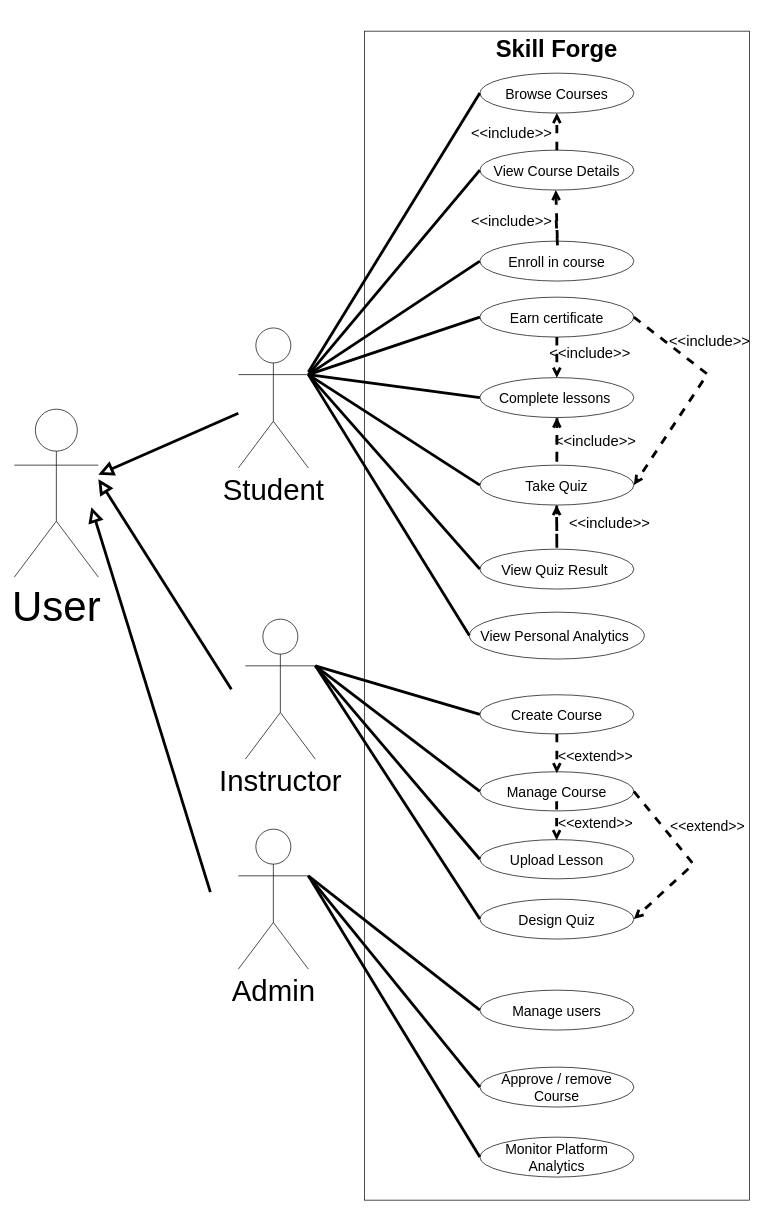
This is lab 6/Source files/SkillForge_UseCase.drawio from Youssufathalla/Programming-2, a draw.io file, before an edit. Source tidied: cells renumbered, new cells numbered last; positions are measured from the earlier drawing's top-left corner, leaving out a move shared by most shapes. Both pictures are drawn from the tidied source at 70%, with x=0, y=0 at pixel (14, 31).
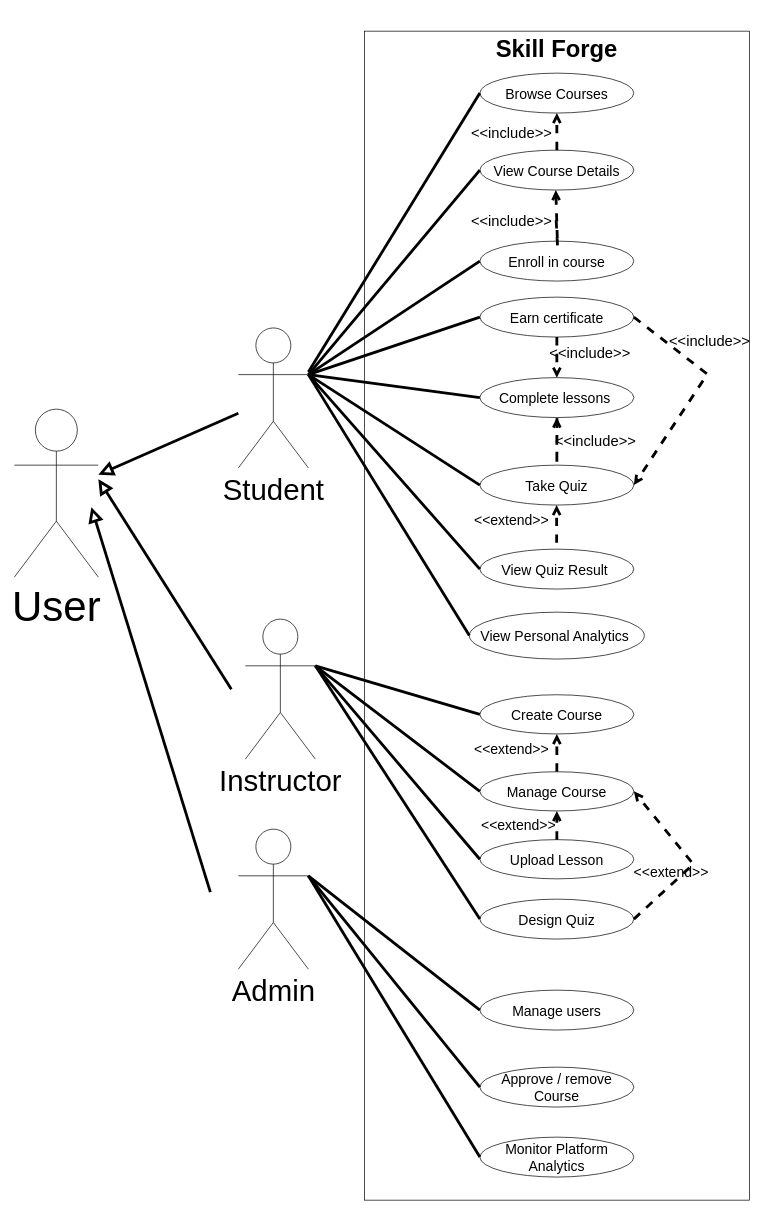
Above is the later version.

Unchanged cells that the change refers to:
```xml
<mxCell id="17" value="Design Quiz" style="ellipse;whiteSpace=wrap;html=1;fontSize=20;" parent="1" vertex="1">
  <mxGeometry x="665" y="1240" width="220" height="57" as="geometry" />
</mxCell>
<mxCell id="18" value="Upload Lesson" style="ellipse;whiteSpace=wrap;html=1;fontSize=20;" parent="1" vertex="1">
  <mxGeometry x="665" y="1155" width="220" height="56" as="geometry" />
</mxCell>
<mxCell id="19" value="Manage Course" style="ellipse;whiteSpace=wrap;html=1;fontSize=20;" parent="1" vertex="1">
  <mxGeometry x="665" y="1058" width="220" height="56" as="geometry" />
</mxCell>
<mxCell id="20" value="Create Course" style="ellipse;whiteSpace=wrap;html=1;fontSize=20;" parent="1" vertex="1">
  <mxGeometry x="665" y="948" width="220" height="56" as="geometry" />
</mxCell>
```

Change to the diagram source:
```diff
@@
-    <mxCell id="31" value="&amp;lt;&amp;lt;include&amp;gt;&amp;gt;" style="html=1;verticalAlign=bottom;labelBackgroundColor=none;endArrow=open;endFill=0;dashed=1;rounded=0;fontSize=21;strokeWidth=4;entryX=0.5;entryY=1;entryDx=0;entryDy=0;" parent="1" edge="1">
-      <mxGeometry x="-0.38" y="75" relative="1" as="geometry">
-        <mxPoint x="774.8" y="678" as="sourcePoint" />
-        <mxPoint x="774.6" y="677" as="targetPoint" />
-        <Array as="points">
-          <mxPoint x="775" y="740" />
-        </Array>
-      </mxGeometry>
-    </mxCell>
-    <mxCell id="32" value="&amp;lt;&amp;lt;extend&amp;gt;&amp;gt;" style="html=1;verticalAlign=bottom;labelBackgroundColor=none;endArrow=open;endFill=0;dashed=1;rounded=0;exitX=0.5;exitY=1;exitDx=0;exitDy=0;fontSize=20;strokeWidth=4;" parent="1" edge="1" source="20">
-      <mxGeometry x="0.64" y="55" relative="1" as="geometry">
-        <mxPoint x="775" y="1060" as="targetPoint" />
-      </mxGeometry>
+    <mxCell id="32" value="&amp;lt;&amp;lt;extend&amp;gt;&amp;gt;" style="html=1;verticalAlign=bottom;labelBackgroundColor=none;endArrow=open;endFill=0;dashed=1;rounded=0;exitX=0.5;exitY=0;exitDx=0;exitDy=0;fontSize=20;strokeWidth=4;entryX=0.5;entryY=1;entryDx=0;entryDy=0;" parent="1" edge="1" source="19" target="20">
+      <mxGeometry x="-0.33" y="65" relative="1" as="geometry" />
     </mxCell>
-    <mxCell id="33" value="&amp;lt;&amp;lt;extend&amp;gt;&amp;gt;" style="html=1;verticalAlign=bottom;labelBackgroundColor=none;endArrow=open;endFill=0;dashed=1;rounded=0;exitX=0.5;exitY=1;exitDx=0;exitDy=0;fontSize=20;strokeWidth=4;" parent="1" edge="1">
-      <mxGeometry x="0.64" y="55" relative="1" as="geometry">
-        <mxPoint x="774.7" y="1100" as="sourcePoint" />
-        <mxPoint x="774.7" y="1156" as="targetPoint" />
+    <mxCell id="33" value="&amp;lt;&amp;lt;extend&amp;gt;&amp;gt;" style="html=1;verticalAlign=bottom;labelBackgroundColor=none;endArrow=open;endFill=0;dashed=1;rounded=0;exitX=0.5;exitY=0;exitDx=0;exitDy=0;fontSize=20;strokeWidth=4;entryX=0.5;entryY=1;entryDx=0;entryDy=0;" parent="1" edge="1" source="18" target="19">
+      <mxGeometry x="-0.76" y="55" relative="1" as="geometry">
+        <mxPoint y="-1" as="offset" />
       </mxGeometry>
     </mxCell>
-    <mxCell id="34" value="&amp;lt;&amp;lt;extend&amp;gt;&amp;gt;" style="html=1;verticalAlign=bottom;labelBackgroundColor=none;endArrow=open;endFill=0;dashed=1;rounded=0;exitX=1;exitY=0.5;exitDx=0;exitDy=0;fontSize=20;strokeWidth=4;entryX=1;entryY=0.5;entryDx=0;entryDy=0;" parent="1" edge="1" source="19" target="17">
+    <mxCell id="34" value="&amp;lt;&amp;lt;extend&amp;gt;&amp;gt;" style="html=1;verticalAlign=bottom;labelBackgroundColor=none;endArrow=open;endFill=0;dashed=1;rounded=0;exitX=1;exitY=0.5;exitDx=0;exitDy=0;fontSize=20;strokeWidth=4;entryX=1;entryY=0.5;entryDx=0;entryDy=0;" parent="1" edge="1" source="17" target="19">
       <mxGeometry x="-0.07" y="41" relative="1" as="geometry">
         <Array as="points">
           <mxPoint x="970" y="1190" />
         </Array>
       </mxGeometry>
     </mxCell>
@@
+    <mxCell id="50" value="&amp;lt;&amp;lt;extend&amp;gt;&amp;gt;" style="html=1;verticalAlign=bottom;labelBackgroundColor=none;endArrow=open;endFill=0;dashed=1;rounded=0;exitX=0.5;exitY=0;exitDx=0;exitDy=0;fontSize=20;strokeWidth=4;entryX=0.5;entryY=1;entryDx=0;entryDy=0;" parent="1" edge="1">
+      <mxGeometry x="-0.33" y="65" relative="1" as="geometry">
+        <mxPoint x="774.7" y="731" as="sourcePoint" />
+        <mxPoint x="774.7" y="677" as="targetPoint" />
+      </mxGeometry>
+    </mxCell>
```
